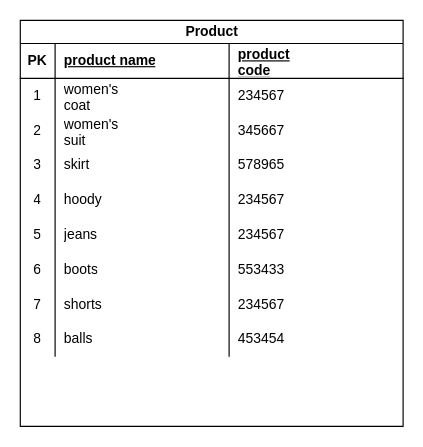
Earlier version of the draw.io diagram Диаграмма без названия.drawio (DinarGareev/KFU_Work). Source tidied: cells renumbered, new cells numbered last; positions are measured from the earlier drawing's top-left corner, leaving out a move shared by most shapes. Both pictures are drawn from the tidied source at 116%, with x=0, y=0 at pixel (20, 20).
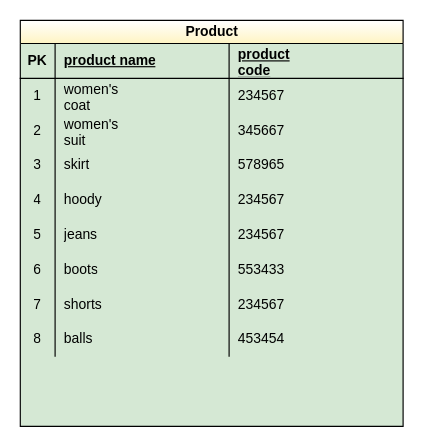
After the change.

Diff of the diagram source:
```diff
@@
-    <mxCell id="2" value="Product" style="shape=table;startSize=20;childLayout=tableLayout;rowLines=0;fontStyle=1;align=center;html=1;" parent="1" vertex="1">
+    <mxCell id="2" value="Product" style="shape=table;startSize=20;childLayout=tableLayout;rowLines=0;fontStyle=1;align=center;html=1;fixDash=0;perimeterSpacing=0;strokeWidth=1;strokeColor=default;gradientColor=#FFF4C3;swimlaneFillColor=#D5E8D4;" parent="1" vertex="1">
       <mxGeometry width="330" height="350" as="geometry" />
     </mxCell>
```
